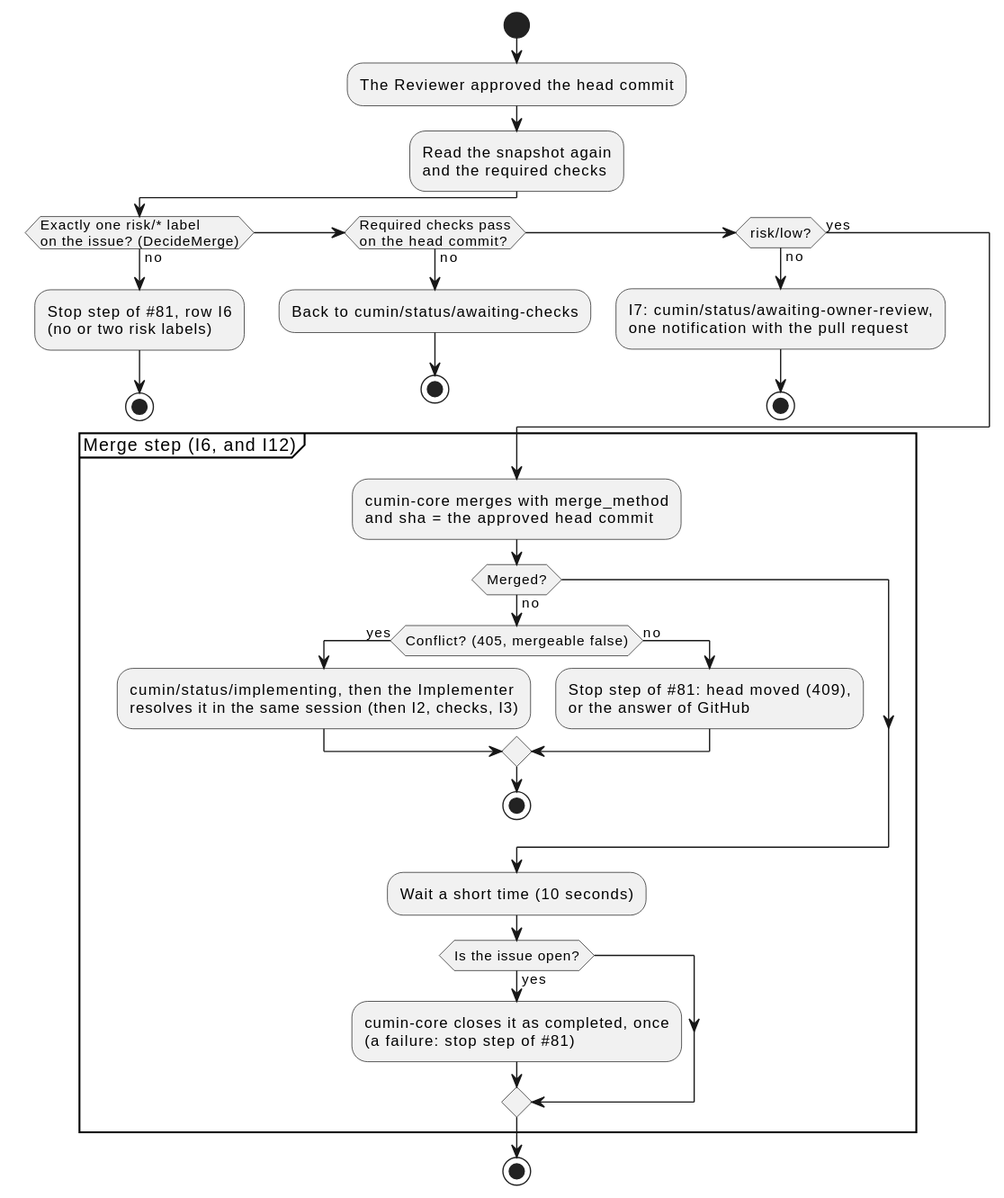
Before: docs/ja/designs/poll-merge.svg, a diagram exported from PlantUML (cloveclovedev/cumin-works).
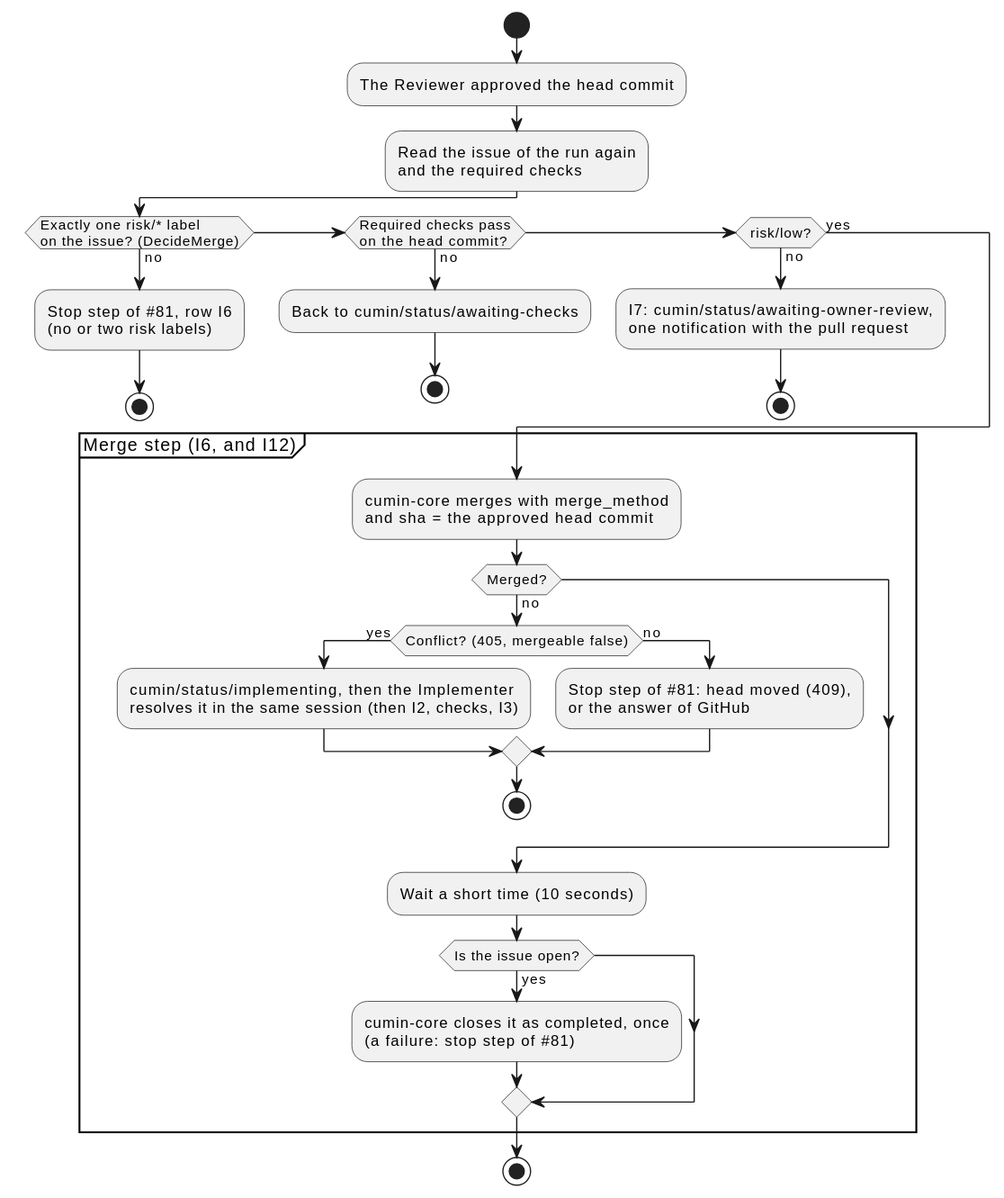
The same diagram one commit later.

The edit, as a diff of the source:
```diff
@@ -4,7 +4,7 @@
 
 start
 :The Reviewer approved the head commit;
-:Read the snapshot again
+:Read the issue of the run again
 and the required checks;
 if (Exactly one risk/* label
 on the issue? (DecideMerge)) then (no)
```
